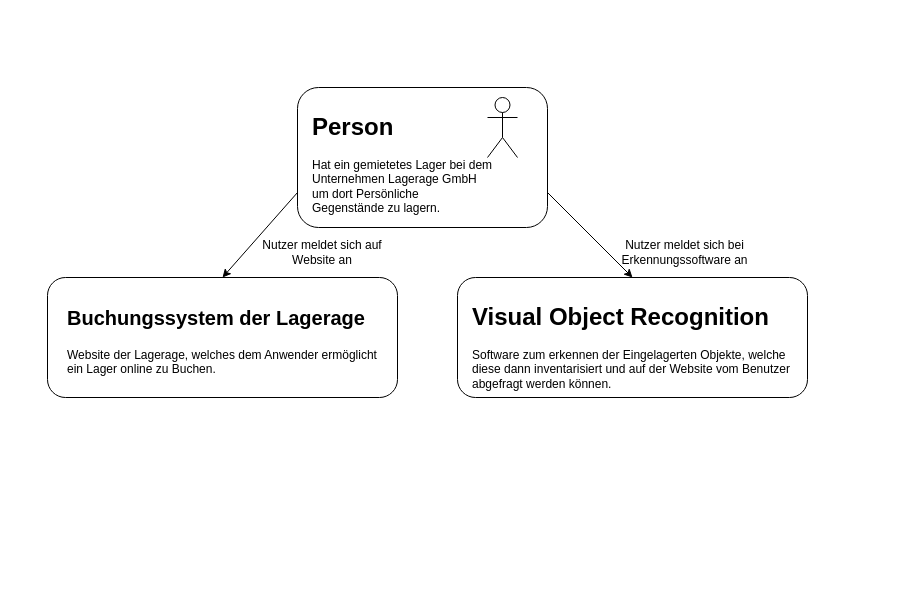
Before: System_Context_Diagramm.drawio in fabianscharfetter/diplomarbeit, a draw.io diagram. Source tidied: cells renumbered, new cells numbered last; positions are measured from the earlier drawing's top-left corner, leaving out a move shared by most shapes. Both pictures are drawn from the tidied source at 100%, with x=0, y=0 at pixel (47, 87).
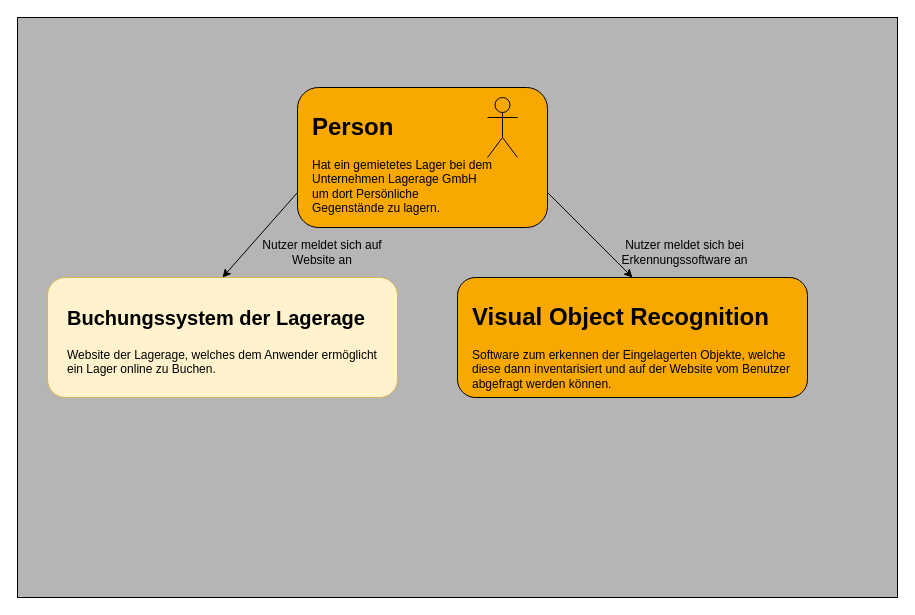
The same diagram, later.

Diff of the diagram source:
```diff
@@
 <mxGraphModel>
   <root>
     <mxCell id="0" />
     <mxCell id="1" parent="0" />
+    <mxCell id="13" style="rounded=0;whiteSpace=wrap;html=1;fillColor=#B5B5B5;" parent="1" vertex="1">
+      <mxGeometry x="-30" y="-70" width="880" height="580" as="geometry" />
+    </mxCell>
-    <mxCell id="2" style="rounded=1;whiteSpace=wrap;html=1;" parent="1" vertex="1">
+    <mxCell id="2" style="rounded=1;whiteSpace=wrap;html=1;fillColor=#F9A800;" parent="1" vertex="1">
       <mxGeometry x="250" width="250" height="140" as="geometry" />
     </mxCell>
-    <mxCell id="3" style="shape=umlActor;verticalLabelPosition=bottom;verticalAlign=top;html=1;" parent="1" vertex="1">
+    <mxCell id="3" style="shape=umlActor;verticalLabelPosition=bottom;verticalAlign=top;html=1;fillColor=#F9A800;" parent="1" vertex="1">
       <mxGeometry x="440" y="10" width="30" height="60" as="geometry" />
     </mxCell>
     <mxCell id="4" value="&lt;h1&gt;Person&lt;/h1&gt;&lt;p&gt;Hat ein gemietetes Lager bei dem Unternehmen Lagerage GmbH um dort Persönliche Gegenstände zu lagern.&lt;/p&gt;" style="text;html=1;strokeColor=none;fillColor=none;spacing=5;spacingTop=-20;whiteSpace=wrap;overflow=hidden;rounded=0;" parent="1" vertex="1">
       <mxGeometry x="260" y="20" width="190" height="120" as="geometry" />
     </mxCell>
-    <mxCell id="5" style="rounded=1;whiteSpace=wrap;html=1;" parent="1" vertex="1">
+    <mxCell id="5" style="rounded=1;whiteSpace=wrap;html=1;fillColor=#fff2cc;strokeColor=#d6b656;" parent="1" vertex="1">
       <mxGeometry y="190" width="350" height="120" as="geometry" />
     </mxCell>
     <mxCell id="6" value="&lt;h1&gt;&lt;font style=&quot;font-size: 20px;&quot;&gt;Buchungssystem der Lagerage&lt;/font&gt;&lt;/h1&gt;&lt;div&gt;Website der Lagerage, welches dem Anwender ermöglicht ein Lager online zu Buchen.&lt;/div&gt;" style="text;html=1;strokeColor=none;fillColor=none;spacing=5;spacingTop=-20;whiteSpace=wrap;overflow=hidden;rounded=0;" parent="1" vertex="1">
       <mxGeometry x="15" y="210" width="320" height="90" as="geometry" />
     </mxCell>
-    <mxCell id="7" style="rounded=1;whiteSpace=wrap;html=1;fontSize=20;" parent="1" vertex="1">
+    <mxCell id="7" style="rounded=1;whiteSpace=wrap;html=1;fontSize=20;fillColor=#F9A800;" parent="1" vertex="1">
       <mxGeometry x="410" y="190" width="350" height="120" as="geometry" />
     </mxCell>
     <mxCell id="8" value="&lt;h1 style=&quot;font-size: 24px;&quot;&gt;Visual Object Recognition&lt;/h1&gt;&lt;div style=&quot;font-size: 12px;&quot;&gt;Software zum erkennen der Eingelagerten Objekte, welche diese dann inventarisiert und auf der Website vom Benutzer abgefragt werden können.&lt;/div&gt;&lt;p&gt;&lt;br&gt;&lt;/p&gt;" style="text;html=1;strokeColor=none;fillColor=none;spacing=5;spacingTop=-20;whiteSpace=wrap;overflow=hidden;rounded=0;fontSize=20;" parent="1" vertex="1">
       <mxGeometry x="420" y="210" width="350" height="100" as="geometry" />
     </mxCell>
     <mxCell id="9" style="endArrow=classic;html=1;rounded=0;fontSize=12;exitX=0;exitY=0.75;exitDx=0;exitDy=0;entryX=0.5;entryY=0;entryDx=0;entryDy=0;" parent="1" edge="1" source="2" target="5">
       <mxGeometry relative="1" as="geometry" />
     </mxCell>
     <mxCell id="10" style="endArrow=classic;html=1;rounded=0;fontSize=12;exitX=1;exitY=0.75;exitDx=0;exitDy=0;entryX=0.5;entryY=0;entryDx=0;entryDy=0;" parent="1" edge="1" source="2" target="7">
       <mxGeometry relative="1" as="geometry" />
     </mxCell>
     <mxCell id="11" value="Nutzer meldet sich auf Website an" style="text;html=1;strokeColor=none;fillColor=none;align=center;verticalAlign=middle;whiteSpace=wrap;rounded=0;fontSize=12;" parent="1" vertex="1">
       <mxGeometry x="200" y="150" width="150" height="30" as="geometry" />
     </mxCell>
     <mxCell id="12" value="Nutzer meldet sich bei Erkennungssoftware an" style="text;html=1;strokeColor=none;fillColor=none;align=center;verticalAlign=middle;whiteSpace=wrap;rounded=0;fontSize=12;" parent="1" vertex="1">
       <mxGeometry x="565" y="150" width="145" height="30" as="geometry" />
     </mxCell>
   </root>
 </mxGraphModel>
```
